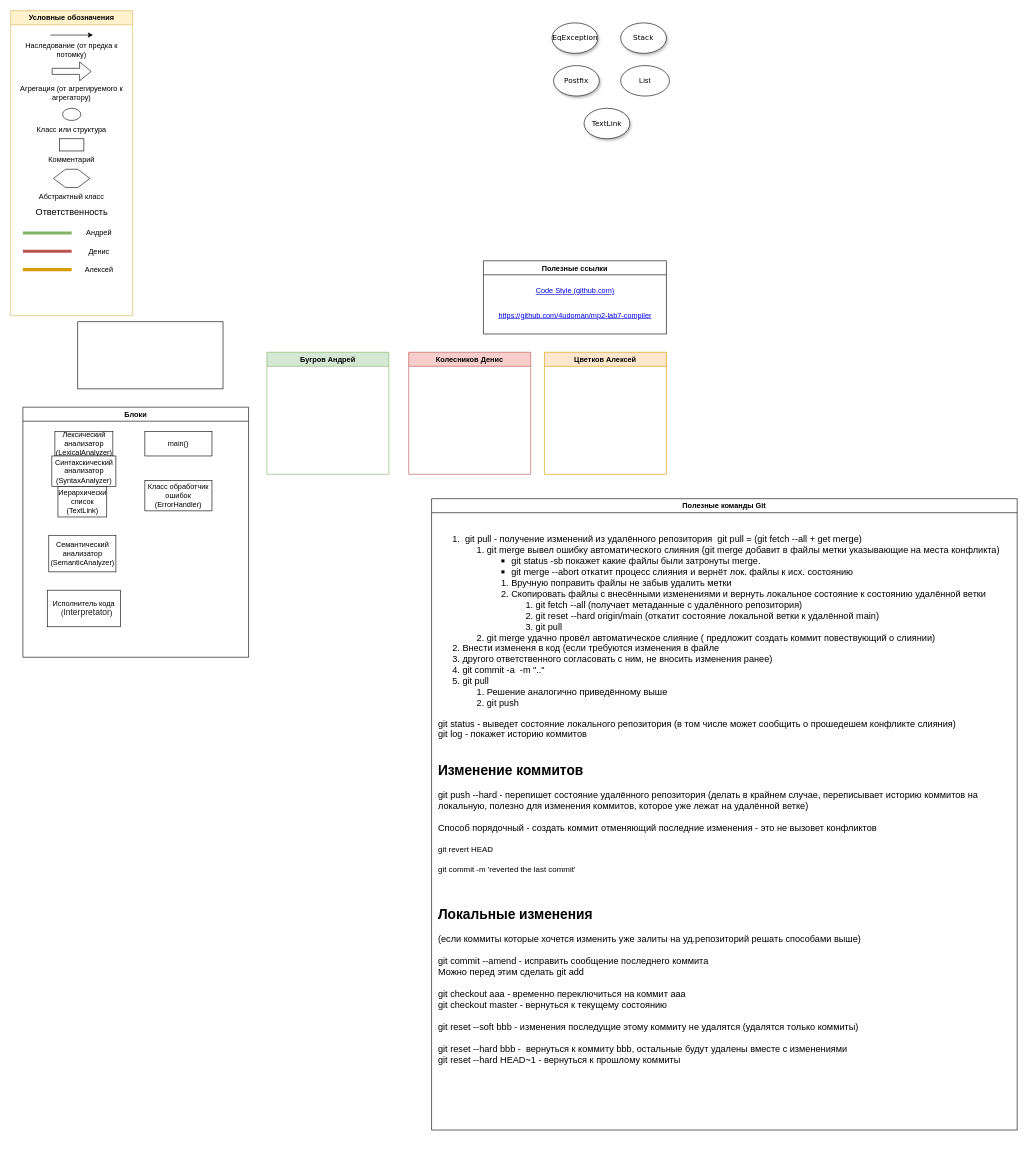
Before: Class_Diagram.drawio in ParkerProbe/mp2-lab7-compiler, a draw.io diagram. Source tidied: cells renumbered, new cells numbered last; positions are measured from the earlier drawing's top-left corner, leaving out a move shared by most shapes. Both pictures are drawn from the tidied source at 61%, with x=0, y=0 at pixel (10, 10).
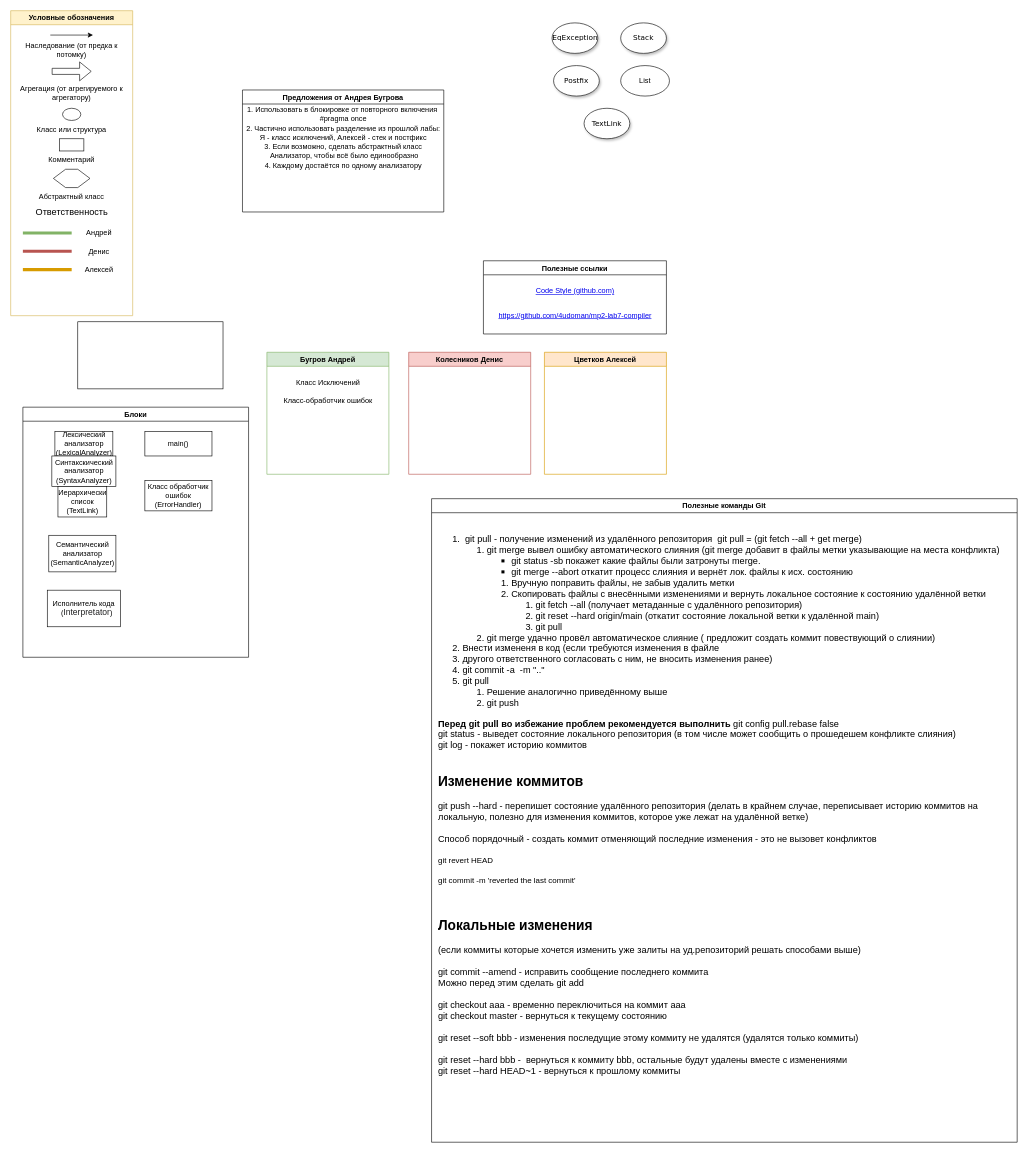
The same page after the edit.

Commit message:
Andrey a few suggestions.drawio

The change refers to these unchanged cells:
```xml
<mxCell id="25" value="Бугров Андрей" style="swimlane;fillColor=#d5e8d4;strokeColor=#82b366;" parent="1" vertex="1">
  <mxGeometry x="420" y="560" width="200" height="200" as="geometry" />
</mxCell>
```

What changed in the source:
```diff
@@
+    <mxCell id="45" value="Класс Исключений" style="text;html=1;align=center;verticalAlign=middle;strokeColor=none;fillColor=none;" parent="25" vertex="1">
+      <mxGeometry x="40" y="40" width="120" height="20" as="geometry" />
+    </mxCell>
+    <mxCell id="46" value="Класс-обработчик ошибок" style="text;html=1;align=center;verticalAlign=middle;strokeColor=none;fillColor=none;" parent="25" vertex="1">
+      <mxGeometry x="20" y="70" width="160" height="20" as="geometry" />
+    </mxCell>
@@
     <mxCell id="38" value="Полезные команды Git" style="swimlane;" parent="1" vertex="1">
-      <mxGeometry x="690" y="800" width="960" height="1035" as="geometry" />
+      <mxGeometry x="690" y="800" width="960" height="1055" as="geometry" />
     </mxCell>
@@
-    <mxCell id="40" value="&lt;ol&gt;&lt;li&gt;&lt;span&gt;&amp;nbsp;git pull - получение изменений из удалённого репозитория&amp;nbsp; git pull = (git fetch --all + get merge)&lt;/span&gt;&lt;/li&gt;&lt;ol&gt;&lt;li&gt;git merge вывел ошибку автоматического слияния (git merge добавит в файлы метки указывающие на места конфликта)&lt;/li&gt;&lt;ul&gt;&lt;li&gt;&lt;span&gt;git status -sb покажет какие файлы были затронуты merge.&amp;nbsp;&lt;/span&gt;&lt;/li&gt;&lt;li&gt;&lt;span&gt;git merge --abort откатит процесс слияния и вернёт лок. файлы к исх. состоянию&lt;/span&gt;&lt;/li&gt;&lt;/ul&gt;&lt;ol&gt;&lt;li&gt;Вручную поправить файлы не забыв удалить метки&lt;/li&gt;&lt;li&gt;Скопировать файлы с внесёнными изменениями и вернуть локальное состояние к состоянию удалённой ветки&lt;/li&gt;&lt;ol&gt;&lt;li&gt;git fetch --all (получает метаданные с удалённого репозитория)&lt;/li&gt;&lt;li&gt;git reset --hard origin/main (откатит состояние локальной ветки к удалённой main)&lt;/li&gt;&lt;li&gt;git pull&lt;/li&gt;&lt;/ol&gt;&lt;/ol&gt;&lt;li&gt;git merge удачно провёл автоматическое слияние ( предложит создать коммит повествующий о слиянии)&lt;/li&gt;&lt;/ol&gt;&lt;li&gt;&lt;font style=&quot;font-size: 15px&quot;&gt;&lt;font style=&quot;font-size: 15px&quot;&gt;Внести измененя в код (если требуются изменения в файле &lt;/font&gt;&lt;/font&gt;&lt;/li&gt;&lt;li&gt;&lt;font style=&quot;font-size: 15px&quot;&gt;&lt;font style=&quot;font-size: 15px&quot;&gt;другого ответственного согласовать с ним, не вносить изменения ранее)&lt;/font&gt;&lt;/font&gt;&lt;/li&gt;&lt;li&gt;&lt;font style=&quot;font-size: 15px&quot;&gt;git commit -a&amp;nbsp; -m &quot;..&quot;&lt;/font&gt;&lt;/li&gt;&lt;li&gt;&lt;font style=&quot;font-size: 15px&quot;&gt;git pull&amp;nbsp;&lt;/font&gt;&lt;/li&gt;&lt;ol&gt;&lt;li&gt;&lt;font style=&quot;font-size: 15px&quot;&gt;Решение аналогично приведённому выше&lt;/font&gt;&lt;/li&gt;&lt;li&gt;git push&lt;/li&gt;&lt;/ol&gt;&lt;/ol&gt;&lt;div&gt;git status - выведет состояние локального репозитория (в том числе может сообщить о прошедешем конфликте слияния)&lt;/div&gt;&lt;div&gt;git log - покажет историю коммитов&lt;/div&gt;&lt;div&gt;&lt;br&gt;&lt;/div&gt;&lt;h2&gt;Изменение коммитов&lt;/h2&gt;&lt;div&gt;git push --hard - перепишет состояние удалённого репозитория (делать в крайнем случае, переписывает историю коммитов на&lt;/div&gt;&lt;div&gt;локальную, полезно для изменения коммитов,&amp;nbsp;&lt;span&gt;которое уже ле&lt;/span&gt;&lt;span&gt;жат на удалённой ветке)&lt;/span&gt;&lt;/div&gt;&lt;div&gt;&lt;br&gt;&lt;/div&gt;&lt;div&gt;Способ порядочный - создать коммит отменяющий последние изменения - это не вызовет конфликтов&lt;/div&gt;&lt;p&gt;&lt;span style=&quot;background-color: transparent ; font-family: inherit ; font-style: inherit ; font-weight: inherit ; font-size: 13px&quot;&gt;git revert HEAD&lt;br&gt;&lt;/span&gt;&lt;p&gt;&lt;span style=&quot;background-color: transparent ; font-family: inherit ; font-style: inherit ; font-weight: inherit ; font-size: 13px&quot;&gt;git commit -m&amp;nbsp;&lt;/span&gt;&lt;span class=&quot;hljs-string&quot; style=&quot;background-color: transparent ; font-family: inherit ; font-style: inherit ; font-variant: inherit ; font-weight: inherit ; font-size: 13px ; margin: 0px ; padding: 0px ; border: 0px ; font-stretch: inherit ; line-height: inherit ; vertical-align: baseline ; box-sizing: inherit&quot;&gt;'reverted the last commit'&lt;/span&gt;&lt;/p&gt;&lt;/p&gt;&lt;p&gt;&lt;span class=&quot;hljs-string&quot; style=&quot;background-color: transparent ; font-family: inherit ; font-style: inherit ; font-variant: inherit ; font-weight: inherit ; font-size: 13px ; margin: 0px ; padding: 0px ; border: 0px ; font-stretch: inherit ; line-height: inherit ; vertical-align: baseline ; box-sizing: inherit&quot;&gt;&lt;br&gt;&lt;/span&gt;&lt;/p&gt;&lt;h2&gt;Локальные изменения&lt;/h2&gt;&lt;div&gt;(если коммиты которые хочется изменить уже залиты на уд.репозиторий решать способами выше)&lt;/div&gt;&lt;div&gt;&lt;br&gt;&lt;/div&gt;&lt;div&gt;git commit --amend - исправить сообщение последнего коммита&lt;/div&gt;&lt;div&gt;Можно перед этим сделать git add&amp;nbsp;&lt;/div&gt;&lt;div&gt;&lt;br&gt;&lt;/div&gt;&lt;div&gt;git checkout aaa - временно переключиться на коммит aaa&lt;/div&gt;&lt;div&gt;git checkout master - вернуться к текущему состоянию&lt;/div&gt;&lt;div&gt;&lt;br&gt;&lt;/div&gt;&lt;div&gt;git reset --soft bbb - изменения последущие этому коммиту не удалятся (удалятся только коммиты)&amp;nbsp;&lt;br&gt;&lt;/div&gt;&lt;div&gt;&lt;br&gt;&lt;/div&gt;&lt;div&gt;git reset --hard bbb -&amp;nbsp; вернуться к коммиту bbb, остальные будут удалены вместе с изменениями&lt;/div&gt;&lt;div&gt;git reset --hard HEAD~1 - вернуться к прошлому коммиты&lt;/div&gt;&lt;div&gt;&lt;code class=&quot;hljs language-css&quot; style=&quot;margin: 0px ; padding: 0px ; border: 0px ; font-style: inherit ; font-variant: inherit ; font-weight: inherit ; font-stretch: inherit ; line-height: inherit ; font-family: inherit ; vertical-align: baseline ; box-sizing: inherit ; background-color: transparent&quot;&gt;&lt;br&gt;&lt;/code&gt;&lt;/div&gt;&lt;div&gt;&lt;br&gt;&lt;/div&gt;&lt;div&gt;&lt;br&gt;&lt;/div&gt;&lt;div&gt;&lt;br&gt;&lt;/div&gt;&lt;div&gt;&lt;br&gt;&lt;/div&gt;&lt;div&gt;&lt;br&gt;&lt;/div&gt;&lt;div&gt;&lt;br&gt;&lt;/div&gt;" style="text;html=1;align=left;verticalAlign=top;fillColor=none;strokeColor=none;rounded=0;fontSize=15;" parent="38" vertex="1">
-      <mxGeometry x="9" y="35" width="940" height="1000" as="geometry" />
+    <mxCell id="40" value="&lt;ol&gt;&lt;li&gt;&lt;span&gt;&amp;nbsp;git pull - получение изменений из удалённого репозитория&amp;nbsp; git pull = (git fetch --all + get merge)&lt;/span&gt;&lt;/li&gt;&lt;ol&gt;&lt;li&gt;git merge вывел ошибку автоматического слияния (git merge добавит в файлы метки указывающие на места конфликта)&lt;/li&gt;&lt;ul&gt;&lt;li&gt;&lt;span&gt;git status -sb покажет какие файлы были затронуты merge.&amp;nbsp;&lt;/span&gt;&lt;/li&gt;&lt;li&gt;&lt;span&gt;git merge --abort откатит процесс слияния и вернёт лок. файлы к исх. состоянию&lt;/span&gt;&lt;/li&gt;&lt;/ul&gt;&lt;ol&gt;&lt;li&gt;Вручную поправить файлы, не забыв удалить метки&lt;/li&gt;&lt;li&gt;Скопировать файлы с внесёнными изменениями и вернуть локальное состояние к состоянию удалённой ветки&lt;/li&gt;&lt;ol&gt;&lt;li&gt;git fetch --all (получает метаданные с удалённого репозитория)&lt;/li&gt;&lt;li&gt;git reset --hard origin/main (откатит состояние локальной ветки к удалённой main)&lt;/li&gt;&lt;li&gt;git pull&lt;/li&gt;&lt;/ol&gt;&lt;/ol&gt;&lt;li&gt;git merge удачно провёл автоматическое слияние ( предложит создать коммит повествующий о слиянии)&lt;/li&gt;&lt;/ol&gt;&lt;li&gt;&lt;font style=&quot;font-size: 15px&quot;&gt;&lt;font style=&quot;font-size: 15px&quot;&gt;Внести измененя в код (если требуются изменения в файле &lt;/font&gt;&lt;/font&gt;&lt;/li&gt;&lt;li&gt;&lt;font style=&quot;font-size: 15px&quot;&gt;&lt;font style=&quot;font-size: 15px&quot;&gt;другого ответственного согласовать с ним, не вносить изменения ранее)&lt;/font&gt;&lt;/font&gt;&lt;/li&gt;&lt;li&gt;&lt;font style=&quot;font-size: 15px&quot;&gt;git commit -a&amp;nbsp; -m &quot;..&quot;&lt;/font&gt;&lt;/li&gt;&lt;li&gt;&lt;font style=&quot;font-size: 15px&quot;&gt;git pull&amp;nbsp;&lt;/font&gt;&lt;/li&gt;&lt;ol&gt;&lt;li&gt;&lt;font style=&quot;font-size: 15px&quot;&gt;Решение аналогично приведённому выше&lt;/font&gt;&lt;/li&gt;&lt;li&gt;git push&lt;br&gt;&lt;/li&gt;&lt;/ol&gt;&lt;/ol&gt;&lt;div&gt;&lt;b&gt;Перед git pull во избежание проблем рекомендуется выполнить&lt;/b&gt; git config pull.rebase false&lt;/div&gt;&lt;div&gt;git status - выведет состояние локального репозитория (в том числе может сообщить о прошедешем конфликте слияния)&lt;/div&gt;&lt;div&gt;git log - покажет историю коммитов&lt;/div&gt;&lt;div&gt;&lt;br&gt;&lt;/div&gt;&lt;h2&gt;Изменение коммитов&lt;/h2&gt;&lt;div&gt;git push --hard - перепишет состояние удалённого репозитория (делать в крайнем случае, переписывает историю коммитов на&lt;/div&gt;&lt;div&gt;локальную, полезно для изменения коммитов,&amp;nbsp;&lt;span&gt;которое уже ле&lt;/span&gt;&lt;span&gt;жат на удалённой ветке)&lt;/span&gt;&lt;/div&gt;&lt;div&gt;&lt;br&gt;&lt;/div&gt;&lt;div&gt;Способ порядочный - создать коммит отменяющий последние изменения - это не вызовет конфликтов&lt;/div&gt;&lt;p&gt;&lt;span style=&quot;background-color: transparent ; font-family: inherit ; font-style: inherit ; font-weight: inherit ; font-size: 13px&quot;&gt;git revert HEAD&lt;br&gt;&lt;/span&gt;&lt;/p&gt;&lt;p&gt;&lt;span style=&quot;background-color: transparent ; font-family: inherit ; font-style: inherit ; font-weight: inherit ; font-size: 13px&quot;&gt;git commit -m&amp;nbsp;&lt;/span&gt;&lt;span class=&quot;hljs-string&quot; style=&quot;background-color: transparent ; font-family: inherit ; font-style: inherit ; font-variant: inherit ; font-weight: inherit ; font-size: 13px ; margin: 0px ; padding: 0px ; border: 0px ; font-stretch: inherit ; line-height: inherit ; vertical-align: baseline ; box-sizing: inherit&quot;&gt;'reverted the last commit'&lt;/span&gt;&lt;/p&gt;&lt;p&gt;&lt;/p&gt;&lt;p&gt;&lt;span class=&quot;hljs-string&quot; style=&quot;background-color: transparent ; font-family: inherit ; font-style: inherit ; font-variant: inherit ; font-weight: inherit ; font-size: 13px ; margin: 0px ; padding: 0px ; border: 0px ; font-stretch: inherit ; line-height: inherit ; vertical-align: baseline ; box-sizing: inherit&quot;&gt;&lt;br&gt;&lt;/span&gt;&lt;/p&gt;&lt;h2&gt;Локальные изменения&lt;/h2&gt;&lt;div&gt;(если коммиты которые хочется изменить уже залиты на уд.репозиторий решать способами выше)&lt;/div&gt;&lt;div&gt;&lt;br&gt;&lt;/div&gt;&lt;div&gt;git commit --amend - исправить сообщение последнего коммита&lt;/div&gt;&lt;div&gt;Можно перед этим сделать git add&amp;nbsp;&lt;/div&gt;&lt;div&gt;&lt;br&gt;&lt;/div&gt;&lt;div&gt;git checkout aaa - временно переключиться на коммит aaa&lt;/div&gt;&lt;div&gt;git checkout master - вернуться к текущему состоянию&lt;/div&gt;&lt;div&gt;&lt;br&gt;&lt;/div&gt;&lt;div&gt;git reset --soft bbb - изменения последущие этому коммиту не удалятся (удалятся только коммиты)&amp;nbsp;&lt;br&gt;&lt;/div&gt;&lt;div&gt;&lt;br&gt;&lt;/div&gt;&lt;div&gt;git reset --hard bbb -&amp;nbsp; вернуться к коммиту bbb, остальные будут удалены вместе с изменениями&lt;/div&gt;&lt;div&gt;git reset --hard HEAD~1 - вернуться к прошлому коммиты&lt;/div&gt;&lt;div&gt;&lt;code class=&quot;hljs language-css&quot; style=&quot;margin: 0px ; padding: 0px ; border: 0px ; font-style: inherit ; font-variant: inherit ; font-weight: inherit ; font-stretch: inherit ; line-height: inherit ; font-family: inherit ; vertical-align: baseline ; box-sizing: inherit ; background-color: transparent&quot;&gt;&lt;br&gt;&lt;/code&gt;&lt;/div&gt;&lt;div&gt;&lt;br&gt;&lt;/div&gt;&lt;div&gt;&lt;br&gt;&lt;/div&gt;&lt;div&gt;&lt;br&gt;&lt;/div&gt;&lt;div&gt;&lt;br&gt;&lt;/div&gt;&lt;div&gt;&lt;br&gt;&lt;/div&gt;&lt;div&gt;&lt;br&gt;&lt;/div&gt;" style="text;html=1;align=left;verticalAlign=top;fillColor=none;strokeColor=none;rounded=0;fontSize=15;" parent="38" vertex="1">
+      <mxGeometry x="9" y="35" width="940" height="1020" as="geometry" />
     </mxCell>
@@
+    <mxCell id="47" value="Предложения от Андрея Бугрова" style="swimlane;" parent="1" vertex="1">
+      <mxGeometry x="380" y="130" width="330" height="200" as="geometry" />
+    </mxCell>
+    <mxCell id="48" value="1. Использовать в блокировке от повторного включения&amp;nbsp;&lt;br&gt;#pragma once" style="text;html=1;align=center;verticalAlign=middle;strokeColor=none;fillColor=none;" parent="47" vertex="1">
+      <mxGeometry y="25" width="330" height="30" as="geometry" />
+    </mxCell>
+    <mxCell id="49" value="2. Частично использовать разделение из прошлой лабы:&lt;br&gt;Я - класс исключений, Алексей - стек и постфикс" style="text;html=1;align=center;verticalAlign=middle;strokeColor=none;fillColor=none;" parent="47" vertex="1">
+      <mxGeometry y="55" width="330" height="30" as="geometry" />
+    </mxCell>
+    <mxCell id="50" value="3. Если возможно, сделать абстрактный класс&lt;br&gt;&amp;nbsp;Анализатор, чтобы всё было единообразно" style="text;html=1;align=center;verticalAlign=middle;strokeColor=none;fillColor=none;" parent="47" vertex="1">
+      <mxGeometry x="30" y="85" width="270" height="30" as="geometry" />
+    </mxCell>
+    <mxCell id="51" value="4. Каждому достаётся по одному анализатору" style="text;html=1;align=center;verticalAlign=middle;strokeColor=none;fillColor=none;" parent="47" vertex="1">
+      <mxGeometry x="30" y="115" width="270" height="20" as="geometry" />
+    </mxCell>
```
